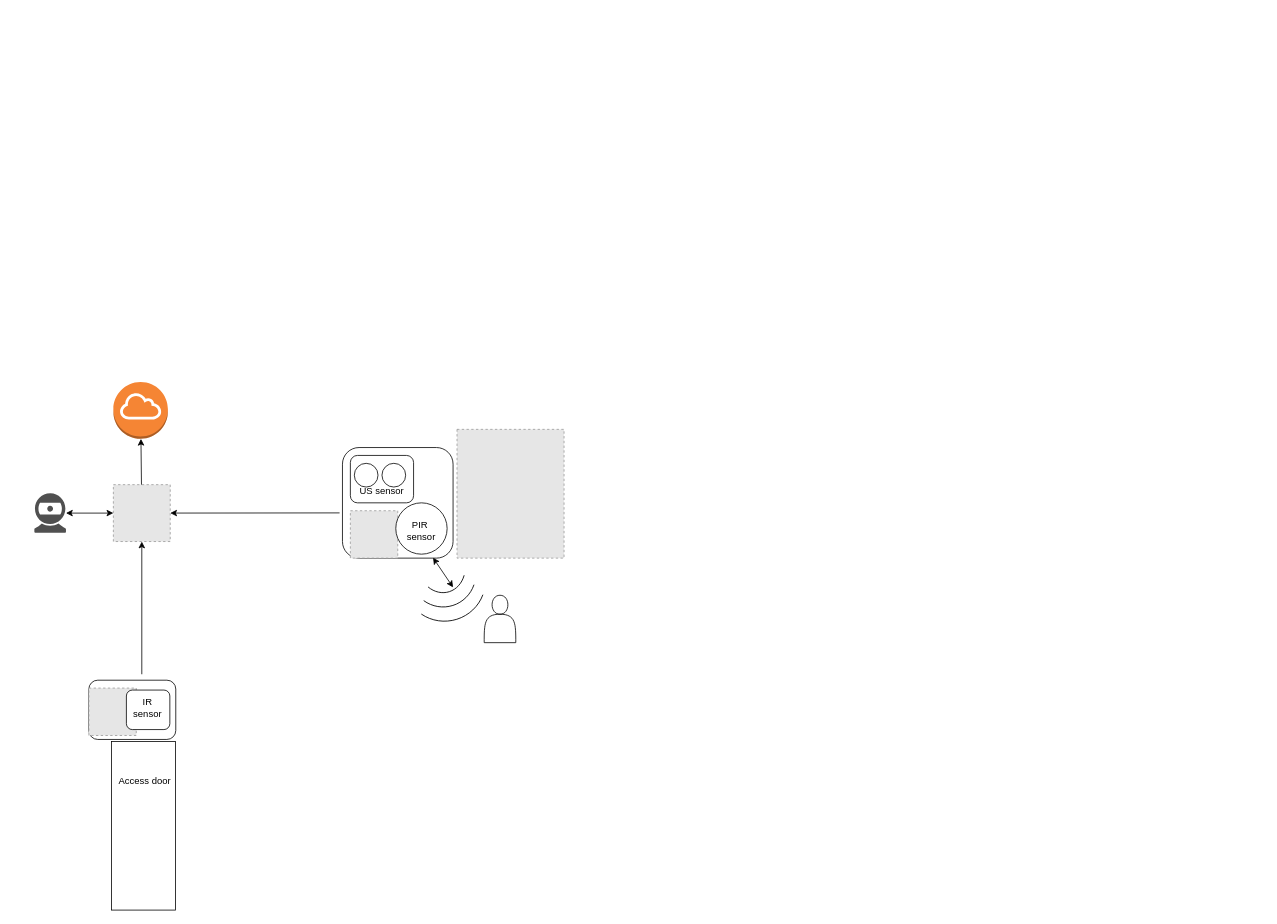
AlejandroZBarajas/esp32-intgr-6 keeps this draw.io diagram as Diagrama sin título.drawio. Above is the earlier version. Source tidied: cells renumbered, new cells numbered last; positions are measured from the earlier drawing's top-left corner, leaving out a move shared by most shapes. Both pictures are drawn from the tidied source at 79%, with x=0, y=0 at pixel (34, 382). Pictures stored in the file or linked from it are replaced by grey dashed boxes.
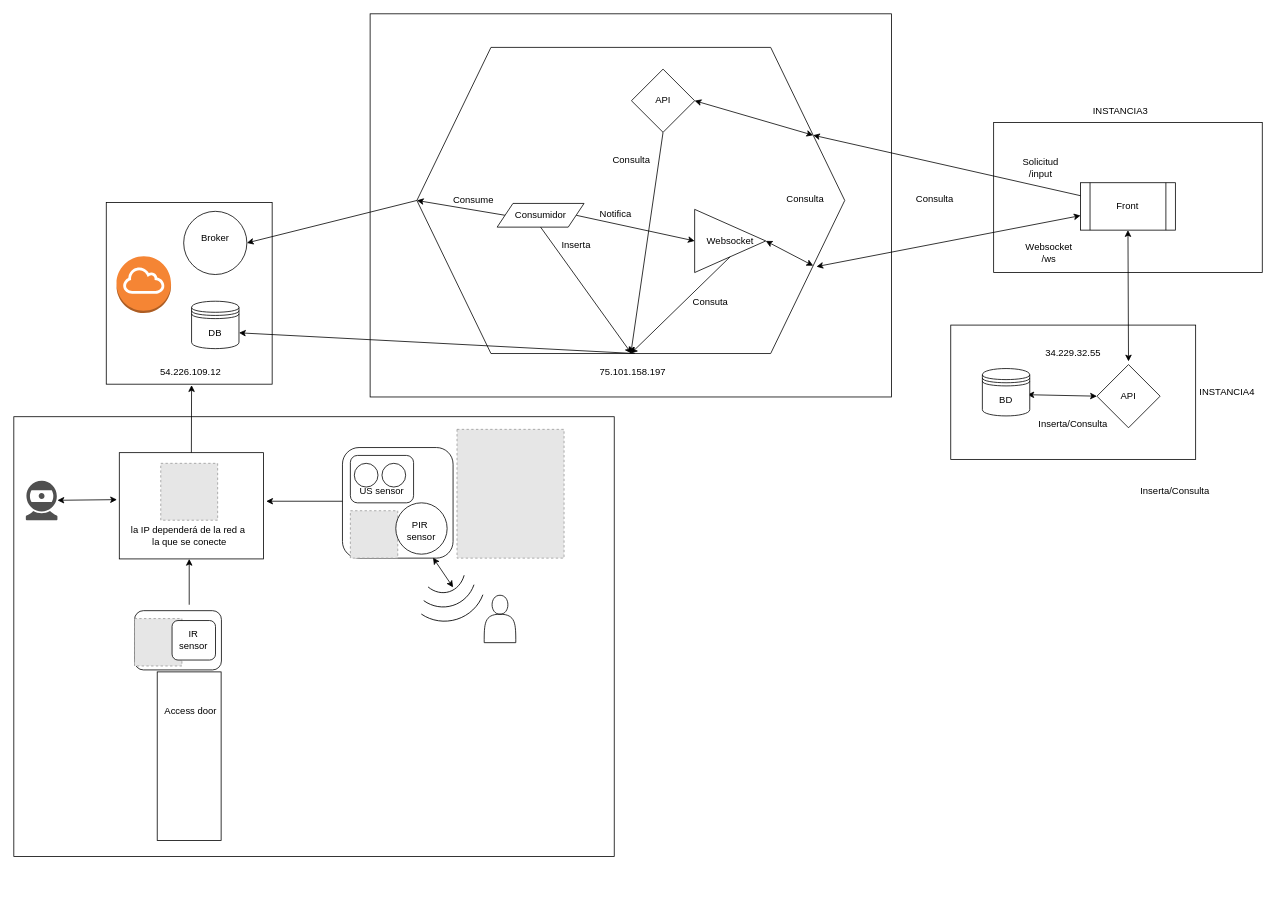
Above is the later version.

Unchanged cells that the change refers to:
```xml
<mxCell id="3" style="rounded=1;whiteSpace=wrap;html=1;" parent="1" vertex="1">
  <mxGeometry x="390" y="83" width="140" height="140" as="geometry" />
</mxCell>
```

What changed in the source:
```diff
@@
+    <mxCell id="29" style="rounded=0;whiteSpace=wrap;html=1;" parent="1" vertex="1">
+      <mxGeometry x="-26" y="44" width="760" height="556.8" as="geometry" />
+    </mxCell>
+    <mxCell id="30" style="rounded=0;whiteSpace=wrap;html=1;" parent="1" vertex="1">
+      <mxGeometry x="91" y="-227.2" width="210" height="230" as="geometry" />
+    </mxCell>
+    <mxCell id="31" style="rounded=0;whiteSpace=wrap;html=1;" parent="1" vertex="1">
+      <mxGeometry x="107.5" y="89.5" width="182.5" height="134.5" as="geometry" />
+    </mxCell>
     <mxCell id="2" style="rounded=1;whiteSpace=wrap;html=1;rotation=90;" parent="1" vertex="1">
-      <mxGeometry x="86.5" y="360" width="75" height="110" as="geometry" />
+      <mxGeometry x="144.3" y="272" width="75" height="110" as="geometry" />
     </mxCell>
@@
     <mxCell id="4" style="fillColor=#E6E6E6;strokeColor=#999999;dashed=1;verticalLabelPosition=bottom;labelBackgroundColor=default;verticalAlign=top;" parent="1" vertex="1">
-      <mxGeometry x="100" y="130" width="72" height="72" as="geometry" />
+      <mxGeometry x="160" y="103" width="72" height="72" as="geometry" />
     </mxCell>
     <mxCell id="5" style="sketch=0;shadow=0;dashed=0;html=1;strokeColor=none;fillColor=#505050;labelPosition=center;verticalLabelPosition=bottom;verticalAlign=top;outlineConnect=0;align=center;shape=mxgraph.office.devices.webcam;" parent="1" vertex="1">
-      <mxGeometry y="141" width="40" height="50" as="geometry" />
+      <mxGeometry x="-10.8" y="125" width="40" height="50" as="geometry" />
     </mxCell>
@@
-    <mxCell id="19" style="endArrow=classic;html=1;rounded=0;exitX=-0.026;exitY=0.591;exitDx=0;exitDy=0;exitPerimeter=0;" parent="1" edge="1" source="3" target="4">
-      <mxGeometry relative="1" as="geometry" />
+    <mxCell id="19" style="endArrow=classic;html=1;rounded=0;entryX=1.019;entryY=0.457;entryDx=0;entryDy=0;entryPerimeter=0;" parent="1" edge="1" target="31">
+      <mxGeometry relative="1" as="geometry">
+        <mxPoint x="390" y="151" as="sourcePoint" />
+      </mxGeometry>
     </mxCell>
     <mxCell id="20" style="outlineConnect=0;dashed=0;verticalLabelPosition=bottom;verticalAlign=top;align=center;html=1;shape=mxgraph.aws3.internet_gateway;fillColor=#F58534;gradientColor=none;" parent="1" vertex="1">
-      <mxGeometry x="100" width="69" height="72" as="geometry" />
+      <mxGeometry x="104" y="-159.2" width="69" height="72" as="geometry" />
     </mxCell>
-    <mxCell id="21" style="endArrow=classic;html=1;rounded=0;" parent="1" edge="1" source="4" target="20">
-      <mxGeometry relative="1" as="geometry" />
+    <mxCell id="21" style="endArrow=classic;html=1;rounded=0;exitX=0.5;exitY=0;exitDx=0;exitDy=0;" parent="1" edge="1" source="31">
+      <mxGeometry relative="1" as="geometry">
+        <mxPoint x="199" y="4" as="targetPoint" />
+      </mxGeometry>
     </mxCell>
     <mxCell id="22" style="rounded=0;whiteSpace=wrap;html=1;rotation=90;" parent="1" vertex="1">
-      <mxGeometry x="31.4" y="521.3" width="213.5" height="80.9" as="geometry" />
+      <mxGeometry x="89.2" y="433.3" width="213.5" height="80.9" as="geometry" />
     </mxCell>
     <mxCell id="23" style="fillColor=#E6E6E6;strokeColor=#999999;dashed=1;verticalLabelPosition=bottom;labelBackgroundColor=default;verticalAlign=top;rotation=90;" parent="1" vertex="1">
-      <mxGeometry x="69" y="387.5" width="60" height="60" as="geometry" />
+      <mxGeometry x="126.8" y="299.5" width="60" height="60" as="geometry" />
     </mxCell>
     <mxCell id="24" value="Access door" style="text;html=1;align=center;verticalAlign=middle;whiteSpace=wrap;rounded=0;" parent="1" vertex="1">
-      <mxGeometry x="100" y="490" width="80" height="30" as="geometry" />
+      <mxGeometry x="157.8" y="402" width="80" height="30" as="geometry" />
     </mxCell>
     <mxCell id="25" style="rounded=1;whiteSpace=wrap;html=1;rotation=90;" parent="1" vertex="1">
-      <mxGeometry x="119" y="387.5" width="50" height="55" as="geometry" />
+      <mxGeometry x="176.8" y="299.5" width="50" height="55" as="geometry" />
     </mxCell>
     <mxCell id="26" value="&lt;div&gt;IR&lt;/div&gt;&lt;div&gt;sensor&lt;/div&gt;" style="text;html=1;align=center;verticalAlign=middle;whiteSpace=wrap;rounded=0;" parent="1" vertex="1">
-      <mxGeometry x="119" y="397.5" width="49" height="30" as="geometry" />
+      <mxGeometry x="176.8" y="309.5" width="49" height="32.5" as="geometry" />
     </mxCell>
-    <mxCell id="27" style="endArrow=classic;html=1;rounded=0;" parent="1" edge="1" target="4">
+    <mxCell id="27" style="endArrow=classic;html=1;rounded=0;" parent="1" edge="1">
       <mxGeometry relative="1" as="geometry">
-        <mxPoint x="136" y="370" as="sourcePoint" />
+        <mxPoint x="196" y="282" as="sourcePoint" />
+        <mxPoint x="196" y="224" as="targetPoint" />
       </mxGeometry>
     </mxCell>
-    <mxCell id="28" style="endArrow=classic;startArrow=classic;html=1;rounded=0;" parent="1" edge="1" source="5" target="4">
+    <mxCell id="28" style="endArrow=classic;startArrow=classic;html=1;rounded=0;entryX=-0.016;entryY=0.442;entryDx=0;entryDy=0;entryPerimeter=0;" parent="1" edge="1" source="5" target="31">
       <mxGeometry relative="1" as="geometry" />
     </mxCell>
+    <mxCell id="32" value="&lt;div&gt;la IP dependerá de la red a&amp;nbsp;&lt;/div&gt;&lt;div&gt;la que se conecte&lt;/div&gt;" style="text;html=1;align=center;verticalAlign=middle;strokeColor=none;fillColor=none;" parent="1" vertex="1">
+      <mxGeometry x="111" y="175" width="170" height="40" as="geometry" />
+    </mxCell>
+    <mxCell id="33" value="54.226.109.12" style="text;html=1;align=center;verticalAlign=middle;whiteSpace=wrap;rounded=0;" parent="1" vertex="1">
+      <mxGeometry x="167.8" y="-27.2" width="60" height="30" as="geometry" />
+    </mxCell>
+    <mxCell id="34" style="shape=datastore;whiteSpace=wrap;html=1;" parent="1" vertex="1">
+      <mxGeometry x="199" y="-102.2" width="60" height="60" as="geometry" />
+    </mxCell>
+    <mxCell id="35" style="ellipse;whiteSpace=wrap;html=1;" parent="1" vertex="1">
+      <mxGeometry x="189" y="-216" width="80" height="80" as="geometry" />
+    </mxCell>
+    <mxCell id="36" value="Broker" style="text;html=1;align=center;verticalAlign=middle;whiteSpace=wrap;rounded=0;" parent="1" vertex="1">
+      <mxGeometry x="199" y="-197.2" width="60" height="30" as="geometry" />
+    </mxCell>
+    <mxCell id="37" value="DB" style="text;html=1;align=center;verticalAlign=middle;whiteSpace=wrap;rounded=0;" parent="1" vertex="1">
+      <mxGeometry x="199" y="-77.2" width="60" height="30" as="geometry" />
+    </mxCell>
+    <mxCell id="38" style="rounded=0;whiteSpace=wrap;html=1;" parent="1" vertex="1">
+      <mxGeometry x="425" y="-466" width="660" height="485" as="geometry" />
+    </mxCell>
+    <mxCell id="39" style="shape=hexagon;perimeter=hexagonPerimeter2;whiteSpace=wrap;html=1;fixedSize=1;fillColor=light-dark(#FFFFFF,#000000);size=93.75;" parent="1" vertex="1">
+      <mxGeometry x="484.2" y="-423.5" width="541.6" height="387.5" as="geometry" />
+    </mxCell>
+    <mxCell id="40" style="edgeStyle=none;html=1;exitX=1;exitY=0.5;exitDx=0;exitDy=0;entryX=0;entryY=0.5;entryDx=0;entryDy=0;" parent="1" edge="1" source="42" target="45">
+      <mxGeometry relative="1" as="geometry" />
+    </mxCell>
+    <mxCell id="41" style="edgeStyle=none;html=1;exitX=0;exitY=0.5;exitDx=0;exitDy=0;entryX=0;entryY=0.5;entryDx=0;entryDy=0;" parent="1" edge="1" source="42" target="39">
+      <mxGeometry relative="1" as="geometry" />
+    </mxCell>
+    <mxCell id="42" value="Consumidor" style="shape=parallelogram;perimeter=parallelogramPerimeter;whiteSpace=wrap;html=1;fixedSize=1;" parent="1" vertex="1">
+      <mxGeometry x="585.8" y="-226" width="110" height="30" as="geometry" />
+    </mxCell>
+    <mxCell id="43" style="edgeStyle=none;html=1;exitX=0.5;exitY=1;exitDx=0;exitDy=0;entryX=0.5;entryY=1;entryDx=0;entryDy=0;" parent="1" edge="1" source="44" target="39">
+      <mxGeometry relative="1" as="geometry" />
+    </mxCell>
+    <mxCell id="44" value="API" style="rhombus;whiteSpace=wrap;html=1;" parent="1" vertex="1">
+      <mxGeometry x="755.8" y="-396" width="80" height="80" as="geometry" />
+    </mxCell>
+    <mxCell id="45" value="Websocket" style="triangle;whiteSpace=wrap;html=1;" parent="1" vertex="1">
+      <mxGeometry x="835.8" y="-218.5" width="90" height="80" as="geometry" />
+    </mxCell>
+    <mxCell id="46" style="endArrow=classic;startArrow=classic;html=1;entryX=1;entryY=0.75;entryDx=0;entryDy=0;exitX=1;exitY=0.5;exitDx=0;exitDy=0;" parent="1" edge="1" source="45" target="39">
+      <mxGeometry relative="1" as="geometry" />
+    </mxCell>
+    <mxCell id="47" style="endArrow=classic;startArrow=classic;html=1;entryX=1;entryY=0.25;entryDx=0;entryDy=0;exitX=1;exitY=0.5;exitDx=0;exitDy=0;" parent="1" edge="1" source="44" target="39">
+      <mxGeometry relative="1" as="geometry" />
+    </mxCell>
+    <mxCell id="48" style="endArrow=classic;html=1;exitX=0.5;exitY=1;exitDx=0;exitDy=0;entryX=0.5;entryY=1;entryDx=0;entryDy=0;" parent="1" edge="1" source="45" target="39">
+      <mxGeometry relative="1" as="geometry" />
+    </mxCell>
+    <mxCell id="49" value="Consume" style="text;html=1;align=center;verticalAlign=middle;whiteSpace=wrap;rounded=0;" parent="1" vertex="1">
+      <mxGeometry x="525.8" y="-244.8" width="60" height="30" as="geometry" />
+    </mxCell>
+    <mxCell id="50" value="Notifica" style="text;html=1;align=center;verticalAlign=middle;whiteSpace=wrap;rounded=0;" parent="1" vertex="1">
+      <mxGeometry x="705.8" y="-227.2" width="60" height="30" as="geometry" />
+    </mxCell>
+    <mxCell id="51" value="Consuta" style="text;html=1;align=center;verticalAlign=middle;whiteSpace=wrap;rounded=0;" parent="1" vertex="1">
+      <mxGeometry x="825.8" y="-116" width="60" height="30" as="geometry" />
+    </mxCell>
+    <mxCell id="52" value="Consulta" style="text;html=1;align=center;verticalAlign=middle;whiteSpace=wrap;rounded=0;" parent="1" vertex="1">
+      <mxGeometry x="945.8" y="-246" width="60" height="30" as="geometry" />
+    </mxCell>
+    <mxCell id="53" style="endArrow=classic;html=1;exitX=0.5;exitY=1;exitDx=0;exitDy=0;" parent="1" edge="1" source="42">
+      <mxGeometry relative="1" as="geometry">
+        <mxPoint x="755.8" y="-36" as="targetPoint" />
+      </mxGeometry>
+    </mxCell>
+    <mxCell id="54" value="Consulta" style="text;html=1;align=center;verticalAlign=middle;whiteSpace=wrap;rounded=0;" parent="1" vertex="1">
+      <mxGeometry x="725.8" y="-296" width="60" height="30" as="geometry" />
+    </mxCell>
+    <mxCell id="55" value="Inserta" style="text;html=1;align=center;verticalAlign=middle;whiteSpace=wrap;rounded=0;" parent="1" vertex="1">
+      <mxGeometry x="655.8" y="-188.5" width="60" height="30" as="geometry" />
+    </mxCell>
+    <mxCell id="56" style="endArrow=classic;html=1;rounded=0;exitX=0;exitY=0.5;exitDx=0;exitDy=0;entryX=1;entryY=0.5;entryDx=0;entryDy=0;" parent="1" edge="1" source="39" target="35">
+      <mxGeometry relative="1" as="geometry" />
+    </mxCell>
+    <mxCell id="57" style="endArrow=classic;html=1;rounded=0;entryX=1;entryY=0.5;entryDx=0;entryDy=0;" parent="1" edge="1" target="37">
+      <mxGeometry relative="1" as="geometry">
+        <mxPoint x="760" y="-36" as="sourcePoint" />
+      </mxGeometry>
+    </mxCell>
+    <mxCell id="58" value="&amp;nbsp;75.101.158.197" style="text;html=1;align=center;verticalAlign=middle;whiteSpace=wrap;rounded=0;" parent="1" vertex="1">
+      <mxGeometry x="725.8" y="-27.2" width="60" height="30" as="geometry" />
+    </mxCell>
+    <mxCell id="59" style="rounded=0;whiteSpace=wrap;html=1;" parent="1" vertex="1">
+      <mxGeometry x="1214.3" y="-328.5" width="340" height="190" as="geometry" />
+    </mxCell>
+    <mxCell id="60" value="Front" style="shape=process;whiteSpace=wrap;html=1;backgroundOutline=1;" parent="1" vertex="1">
+      <mxGeometry x="1324.3" y="-252.2" width="120" height="60" as="geometry" />
+    </mxCell>
+    <mxCell id="61" value="Websocket&lt;div&gt;/ws&lt;/div&gt;" style="text;html=1;align=center;verticalAlign=middle;strokeColor=none;fillColor=none;" parent="1" vertex="1">
+      <mxGeometry x="1244.3" y="-183.5" width="80" height="40" as="geometry" />
+    </mxCell>
+    <mxCell id="62" value="Solicitud&lt;div&gt;/input&lt;/div&gt;" style="text;html=1;align=center;verticalAlign=middle;whiteSpace=wrap;rounded=0;" parent="1" vertex="1">
+      <mxGeometry x="1244.3" y="-286" width="60" height="30" as="geometry" />
+    </mxCell>
+    <mxCell id="63" style="rounded=0;whiteSpace=wrap;html=1;" parent="1" vertex="1">
+      <mxGeometry x="1160" y="-72" width="310" height="170" as="geometry" />
+    </mxCell>
+    <mxCell id="64" value="API" style="rhombus;whiteSpace=wrap;html=1;" parent="1" vertex="1">
+      <mxGeometry x="1345" y="-22" width="80" height="80" as="geometry" />
+    </mxCell>
+    <mxCell id="65" style="endArrow=classic;startArrow=classic;html=1;exitX=0.5;exitY=1;exitDx=0;exitDy=0;" parent="1" edge="1" source="60">
+      <mxGeometry relative="1" as="geometry">
+        <mxPoint x="1385" y="-26" as="targetPoint" />
+      </mxGeometry>
+    </mxCell>
+    <mxCell id="66" style="endArrow=classic;startArrow=classic;html=1;exitX=0.95;exitY=0.552;exitDx=0;exitDy=0;exitPerimeter=0;entryX=0;entryY=0.5;entryDx=0;entryDy=0;" parent="1" edge="1" source="72" target="64">
+      <mxGeometry relative="1" as="geometry" />
+    </mxCell>
+    <mxCell id="67" value="INSTANCIA3" style="text;html=1;align=center;verticalAlign=middle;whiteSpace=wrap;rounded=0;" parent="1" vertex="1">
+      <mxGeometry x="1345" y="-358.5" width="60" height="30" as="geometry" />
+    </mxCell>
+    <mxCell id="68" value="INSTANCIA4" style="text;html=1;align=center;verticalAlign=middle;whiteSpace=wrap;rounded=0;" parent="1" vertex="1">
+      <mxGeometry x="1480" y="-2" width="60" height="30" as="geometry" />
+    </mxCell>
+    <mxCell id="69" value="Consulta" style="text;html=1;align=center;verticalAlign=middle;whiteSpace=wrap;rounded=0;" parent="1" vertex="1">
+      <mxGeometry x="1110" y="-246" width="60" height="30" as="geometry" />
+    </mxCell>
+    <mxCell id="70" value="Inserta/Consulta" style="text;html=1;align=center;verticalAlign=middle;whiteSpace=wrap;rounded=0;" parent="1" vertex="1">
+      <mxGeometry x="1285" y="38" width="60" height="30" as="geometry" />
+    </mxCell>
+    <mxCell id="71" value="Inserta/Consulta" style="text;html=1;align=center;verticalAlign=middle;whiteSpace=wrap;rounded=0;" parent="1" vertex="1">
+      <mxGeometry x="1414.3" y="123" width="60" height="30" as="geometry" />
+    </mxCell>
+    <mxCell id="72" value="BD" style="shape=datastore;whiteSpace=wrap;html=1;" parent="1" vertex="1">
+      <mxGeometry x="1200" y="-17" width="60" height="60" as="geometry" />
+    </mxCell>
+    <mxCell id="73" style="endArrow=classic;html=1;rounded=0;entryX=1;entryY=0.25;entryDx=0;entryDy=0;" parent="1" edge="1" source="60" target="39">
+      <mxGeometry relative="1" as="geometry" />
+    </mxCell>
+    <mxCell id="74" style="endArrow=classic;startArrow=classic;html=1;rounded=0;" parent="1" edge="1" target="60">
+      <mxGeometry relative="1" as="geometry">
+        <mxPoint x="990" y="-146" as="sourcePoint" />
+      </mxGeometry>
+    </mxCell>
+    <mxCell id="75" value="&lt;div&gt;34.229.32.55&lt;/div&gt;" style="text;html=1;align=center;verticalAlign=middle;whiteSpace=wrap;rounded=0;" parent="1" vertex="1">
+      <mxGeometry x="1285" y="-52" width="60" height="30" as="geometry" />
+    </mxCell>
```
